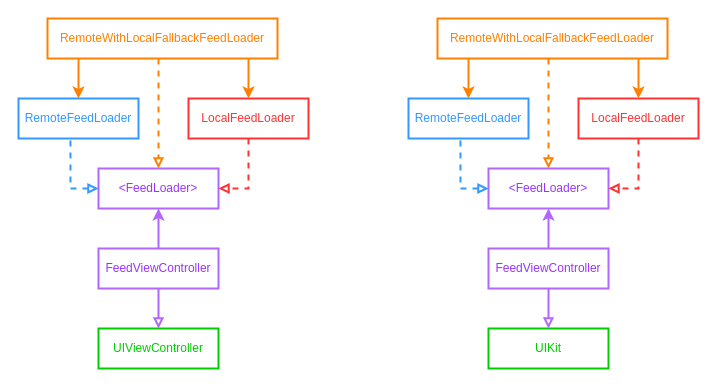
dendden/iOS-Essential-Developer keeps this draw.io diagram as Demo Dependency Diagram.drawio. Above is the earlier version. Source tidied: cells renumbered, new cells numbered last; positions are measured from the earlier drawing's top-left corner, leaving out a move shared by most shapes. Both pictures are drawn from the tidied source at 100%, with x=0, y=0 at pixel (18, 18).
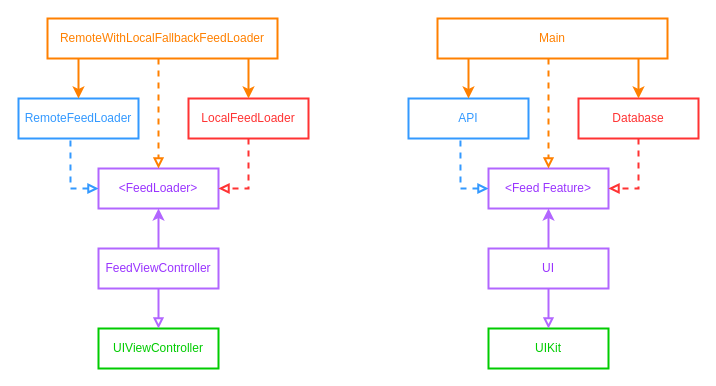
After the change.

The edit, as a diff of the source:
```diff
@@
-    <mxCell id="15" value="FeedViewController" style="rounded=0;whiteSpace=wrap;html=1;fillColor=none;strokeColor=#B266FF;strokeWidth=2;fontColor=#9933FF;" parent="1" vertex="1">
+    <mxCell id="15" value="UI" style="rounded=0;whiteSpace=wrap;html=1;fillColor=none;strokeColor=#B266FF;strokeWidth=2;fontColor=#9933FF;" parent="1" vertex="1">
       <mxGeometry x="470" y="230" width="120" height="40" as="geometry" />
     </mxCell>
@@
-    <mxCell id="18" value="&amp;lt;FeedLoader&amp;gt;" style="rounded=0;whiteSpace=wrap;html=1;fillColor=none;strokeColor=#B266FF;strokeWidth=2;fontColor=#9933FF;" parent="1" vertex="1">
+    <mxCell id="18" value="&amp;lt;Feed Feature&amp;gt;" style="rounded=0;whiteSpace=wrap;html=1;fillColor=none;strokeColor=#B266FF;strokeWidth=2;fontColor=#9933FF;" parent="1" vertex="1">
       <mxGeometry x="470" y="150" width="120" height="40" as="geometry" />
     </mxCell>
@@
-    <mxCell id="20" value="RemoteFeedLoader" style="rounded=0;whiteSpace=wrap;html=1;fillColor=none;strokeColor=#3399FF;strokeWidth=2;fontColor=#3399FF;" parent="1" vertex="1">
+    <mxCell id="20" value="API" style="rounded=0;whiteSpace=wrap;html=1;fillColor=none;strokeColor=#3399FF;strokeWidth=2;fontColor=#3399FF;" parent="1" vertex="1">
       <mxGeometry x="390" y="80" width="120" height="40" as="geometry" />
     </mxCell>
@@
-    <mxCell id="22" value="LocalFeedLoader" style="rounded=0;whiteSpace=wrap;html=1;fillColor=none;strokeColor=#FF3333;strokeWidth=2;fontColor=#FF3333;" parent="1" vertex="1">
+    <mxCell id="22" value="Database" style="rounded=0;whiteSpace=wrap;html=1;fillColor=none;strokeColor=#FF3333;strokeWidth=2;fontColor=#FF3333;" parent="1" vertex="1">
       <mxGeometry x="560" y="80" width="120" height="40" as="geometry" />
     </mxCell>
@@
-    <mxCell id="24" value="RemoteWithLocalFallbackFeedLoader" style="rounded=0;whiteSpace=wrap;html=1;fillColor=none;strokeColor=#FF8000;strokeWidth=2;fontColor=#FF8000;" parent="1" vertex="1">
+    <mxCell id="24" value="Main" style="rounded=0;whiteSpace=wrap;html=1;fillColor=none;strokeColor=#FF8000;strokeWidth=2;fontColor=#FF8000;" parent="1" vertex="1">
       <mxGeometry x="419" width="230" height="40" as="geometry" />
     </mxCell>
```
